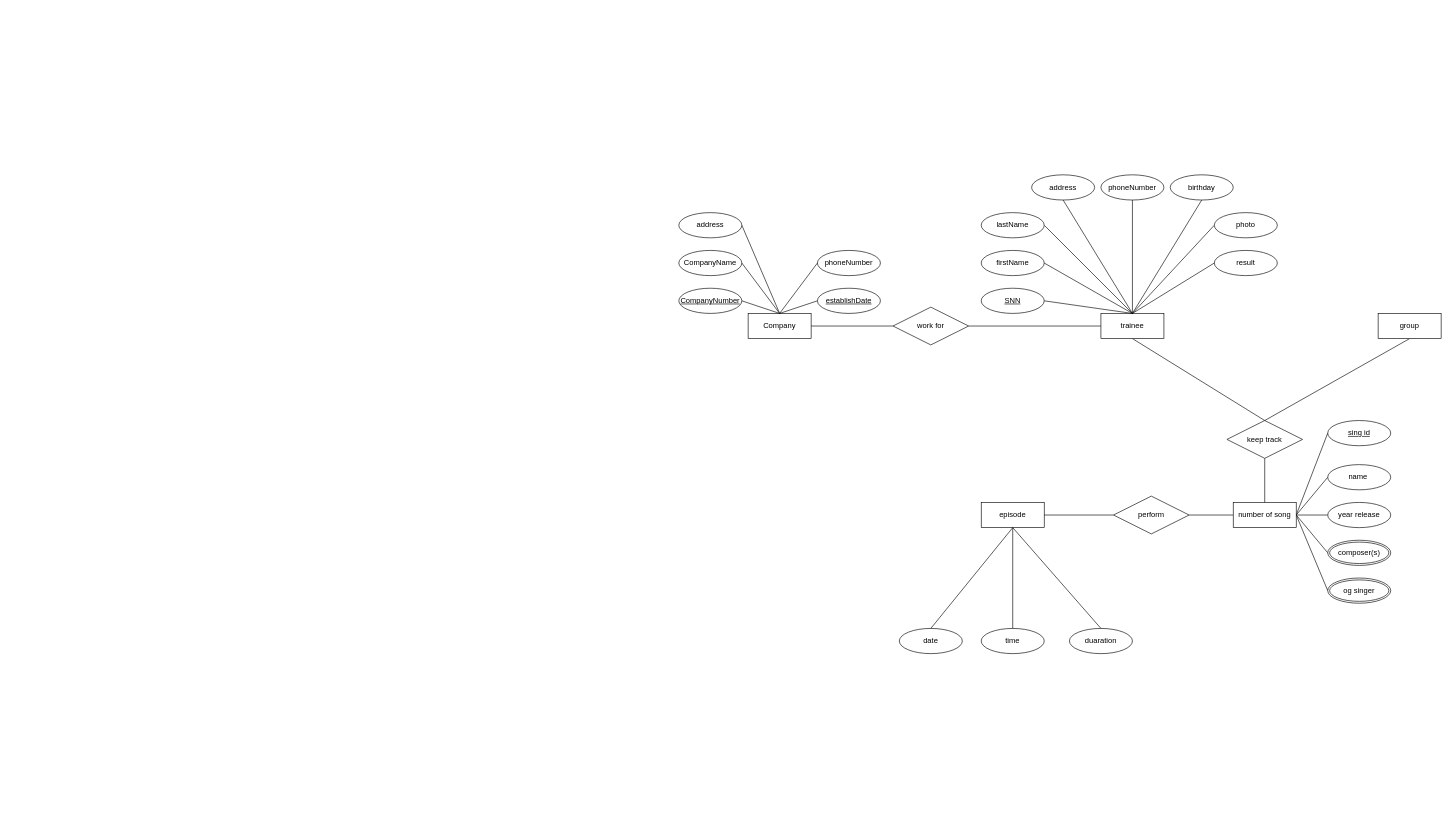
Before: Biểu đồ không có tiêu đề.drawio in sonqb2001567/First, a draw.io diagram. Source tidied: cells renumbered, new cells numbered last; positions are measured from the earlier drawing's top-left corner, leaving out a move shared by most shapes. Both pictures are drawn from the tidied source at 63%, with x=0, y=0 at pixel (679, 175).
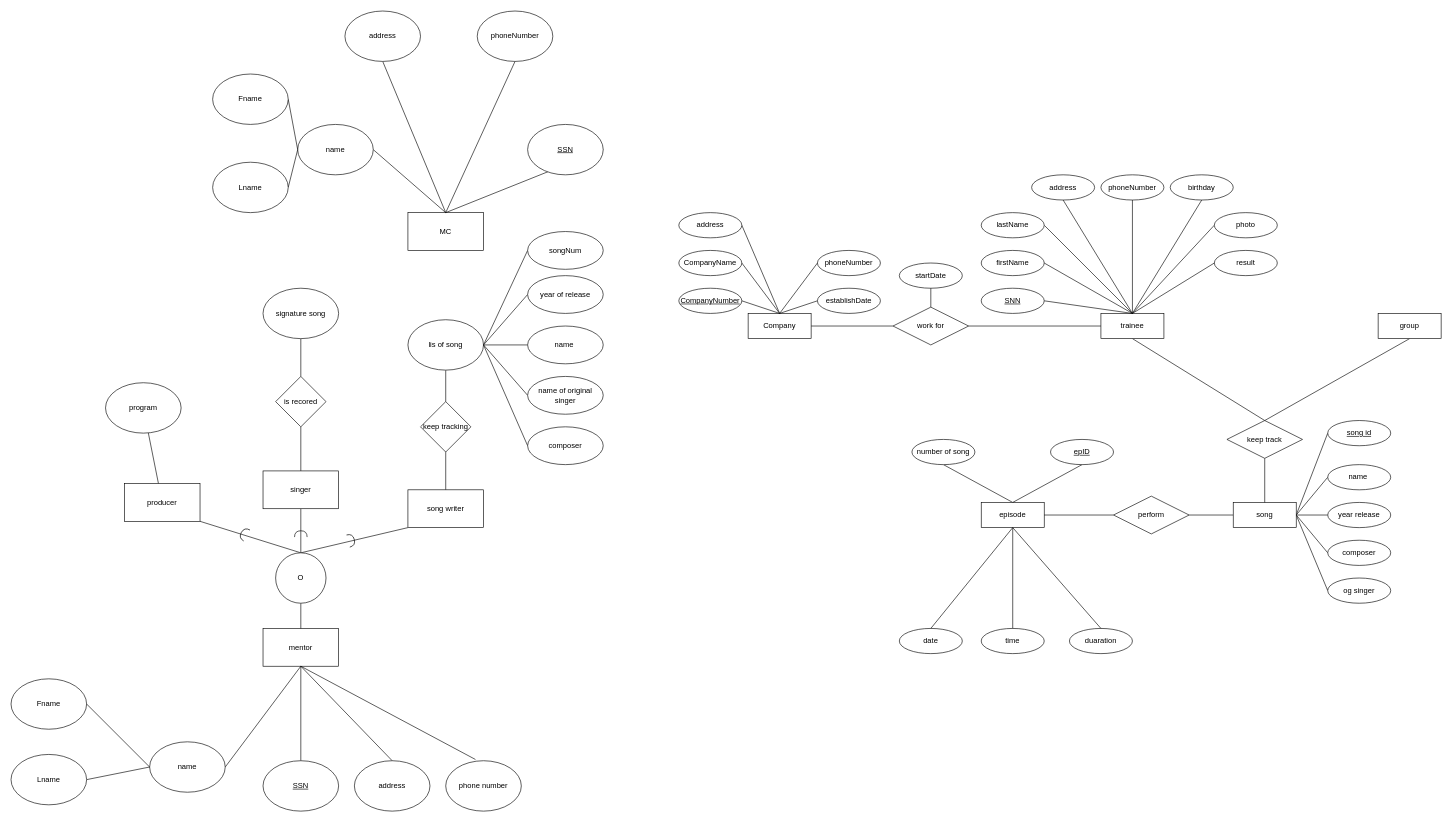
The same page after the edit.

Commit message (it also covers changes not shown here):
Cập nhật Biểu đồ không có tiêu đề.drawio

The change refers to these unchanged cells:
```xml
<mxCell id="2" value="episode" style="whiteSpace=wrap;html=1;align=center;" parent="1" vertex="1">
  <mxGeometry x="480" y="520" width="100" height="40" as="geometry" />
</mxCell>
<mxCell id="58" value="work for" style="shape=rhombus;perimeter=rhombusPerimeter;whiteSpace=wrap;html=1;align=center;" parent="1" vertex="1">
  <mxGeometry x="340" y="210" width="120" height="60" as="geometry" />
</mxCell>
```

The edit, as a diff of the source:
```diff
@@
+    <mxCell id="59" style="edgeStyle=none;rounded=0;jettySize=auto;html=1;exitX=0.5;exitY=0;exitDx=0;exitDy=0;entryX=0.5;entryY=1;entryDx=0;entryDy=0;endArrow=none;endFill=0;" parent="1" edge="1" source="2" target="119">
+      <mxGeometry relative="1" as="geometry" />
+    </mxCell>
@@
-    <mxCell id="12" style="edgeStyle=none;rounded=0;jettySize=auto;html=1;exitX=0;exitY=0.5;exitDx=0;exitDy=0;entryX=1;entryY=0.5;entryDx=0;entryDy=0;endArrow=none;endFill=0;" parent="1" edge="1" source="25" target="20">
+    <mxCell id="12" style="edgeStyle=none;rounded=0;jettySize=auto;html=1;exitX=0;exitY=0.5;exitDx=0;exitDy=0;entryX=1;entryY=0.5;entryDx=0;entryDy=0;endArrow=none;endFill=0;" parent="1" edge="1" source="122" target="20">
       <mxGeometry relative="1" as="geometry" />
     </mxCell>
-    <mxCell id="13" value="sing id" style="ellipse;whiteSpace=wrap;html=1;align=center;fontStyle=4;" parent="1" vertex="1">
+    <mxCell id="13" value="song id" style="ellipse;whiteSpace=wrap;html=1;align=center;fontStyle=4;" parent="1" vertex="1">
       <mxGeometry x="1030" y="390" width="100" height="40" as="geometry" />
     </mxCell>
@@
-    <mxCell id="20" value="number of song" style="whiteSpace=wrap;html=1;align=center;" parent="1" vertex="1">
+    <mxCell id="20" value="song" style="whiteSpace=wrap;html=1;align=center;" parent="1" vertex="1">
       <mxGeometry x="880" y="520" width="100" height="40" as="geometry" />
     </mxCell>
@@
-    <mxCell id="25" value="composer(s)" style="ellipse;shape=doubleEllipse;margin=3;whiteSpace=wrap;html=1;align=center;" parent="1" vertex="1">
-      <mxGeometry x="1030" y="580" width="100" height="40" as="geometry" />
-    </mxCell>
-    <mxCell id="26" value="og singer" style="ellipse;shape=doubleEllipse;margin=3;whiteSpace=wrap;html=1;align=center;" parent="1" vertex="1">
-      <mxGeometry x="1030" y="640" width="100" height="40" as="geometry" />
-    </mxCell>
@@
-    <mxCell id="55" value="&lt;u&gt;establishDate&lt;/u&gt;" style="ellipse;whiteSpace=wrap;html=1;align=center;" parent="1" vertex="1">
+    <mxCell id="55" value="establishDate" style="ellipse;whiteSpace=wrap;html=1;align=center;" parent="1" vertex="1">
       <mxGeometry x="220" y="180" width="100" height="40" as="geometry" />
     </mxCell>
@@
+    <mxCell id="60" style="edgeStyle=none;rounded=0;jettySize=auto;html=1;exitX=0.5;exitY=0;exitDx=0;exitDy=0;entryX=0.5;entryY=0;entryDx=0;entryDy=0;endArrow=none;endFill=0;" parent="1" edge="1" source="58" target="61">
+      <mxGeometry relative="1" as="geometry" />
+    </mxCell>
@@
+    <mxCell id="61" value="startDate" style="ellipse;whiteSpace=wrap;html=1;align=center;" parent="1" vertex="1">
+      <mxGeometry x="350" y="140" width="100" height="40" as="geometry" />
+    </mxCell>
+    <mxCell id="62" value="MC" style="rounded=0;whiteSpace=wrap;html=1;" parent="1" vertex="1">
+      <mxGeometry x="-430" y="60" width="120" height="60" as="geometry" />
+    </mxCell>
+    <mxCell id="63" style="edgeStyle=none;rounded=0;jettySize=auto;html=1;exitX=1;exitY=0.5;exitDx=0;exitDy=0;entryX=0.5;entryY=0;entryDx=0;entryDy=0;startArrow=none;startFill=0;endArrow=none;endFill=0;" parent="1" edge="1" source="64" target="62">
+      <mxGeometry relative="1" as="geometry" />
+    </mxCell>
+    <mxCell id="64" value="&lt;u&gt;SSN&lt;/u&gt;" style="ellipse;whiteSpace=wrap;html=1;" parent="1" vertex="1">
+      <mxGeometry x="-240" y="-80" width="120" height="80" as="geometry" />
+    </mxCell>
+    <mxCell id="65" style="edgeStyle=none;rounded=0;jettySize=auto;html=1;exitX=1;exitY=0.5;exitDx=0;exitDy=0;entryX=0.5;entryY=0;entryDx=0;entryDy=0;startArrow=none;startFill=0;endArrow=none;endFill=0;" parent="1" edge="1" source="66" target="62">
+      <mxGeometry relative="1" as="geometry" />
+    </mxCell>
+    <mxCell id="66" value="name" style="ellipse;whiteSpace=wrap;html=1;" parent="1" vertex="1">
+      <mxGeometry x="-605" y="-80" width="120" height="80" as="geometry" />
+    </mxCell>
+    <mxCell id="67" style="edgeStyle=none;rounded=0;jettySize=auto;html=1;exitX=1;exitY=0.5;exitDx=0;exitDy=0;entryX=0;entryY=0.5;entryDx=0;entryDy=0;startArrow=none;startFill=0;endArrow=none;endFill=0;" parent="1" edge="1" source="68" target="66">
+      <mxGeometry relative="1" as="geometry" />
+    </mxCell>
+    <mxCell id="68" value="Fname" style="ellipse;whiteSpace=wrap;html=1;" parent="1" vertex="1">
+      <mxGeometry x="-740" y="-160" width="120" height="80" as="geometry" />
+    </mxCell>
+    <mxCell id="69" style="edgeStyle=none;rounded=0;jettySize=auto;html=1;exitX=1;exitY=0.5;exitDx=0;exitDy=0;startArrow=none;startFill=0;endArrow=none;endFill=0;entryX=0;entryY=0.5;entryDx=0;entryDy=0;" parent="1" edge="1" source="70" target="66">
+      <mxGeometry relative="1" as="geometry" />
+    </mxCell>
+    <mxCell id="70" value="Lname" style="ellipse;whiteSpace=wrap;html=1;" parent="1" vertex="1">
+      <mxGeometry x="-740" y="-20" width="120" height="80" as="geometry" />
+    </mxCell>
+    <mxCell id="71" style="edgeStyle=none;rounded=0;jettySize=auto;html=1;exitX=0.5;exitY=1;exitDx=0;exitDy=0;startArrow=none;startFill=0;endArrow=none;endFill=0;entryX=0.5;entryY=0;entryDx=0;entryDy=0;" parent="1" edge="1" source="72" target="62">
+      <mxGeometry relative="1" as="geometry" />
+    </mxCell>
+    <mxCell id="72" value="address" style="ellipse;whiteSpace=wrap;html=1;" parent="1" vertex="1">
+      <mxGeometry x="-530" y="-260" width="120" height="80" as="geometry" />
+    </mxCell>
+    <mxCell id="73" style="edgeStyle=none;rounded=0;jettySize=auto;html=1;exitX=0.5;exitY=1;exitDx=0;exitDy=0;entryX=0.5;entryY=0;entryDx=0;entryDy=0;startArrow=none;startFill=0;endArrow=none;endFill=0;" parent="1" edge="1" source="118" target="62">
+      <mxGeometry relative="1" as="geometry" />
+    </mxCell>
+    <mxCell id="74" value="mentor" style="rounded=0;whiteSpace=wrap;html=1;" parent="1" vertex="1">
+      <mxGeometry x="-660" y="720" width="120" height="60" as="geometry" />
+    </mxCell>
+    <mxCell id="75" style="edgeStyle=none;rounded=0;jettySize=auto;html=1;exitX=0.5;exitY=0;exitDx=0;exitDy=0;entryX=0.5;entryY=1;entryDx=0;entryDy=0;startArrow=none;startFill=0;endArrow=none;endFill=0;" parent="1" edge="1" source="76" target="74">
+      <mxGeometry relative="1" as="geometry" />
+    </mxCell>
+    <mxCell id="76" value="&lt;u&gt;SSN&lt;/u&gt;" style="ellipse;whiteSpace=wrap;html=1;" parent="1" vertex="1">
+      <mxGeometry x="-660" y="930" width="120" height="80" as="geometry" />
+    </mxCell>
+    <mxCell id="77" style="edgeStyle=none;rounded=0;jettySize=auto;html=1;exitX=1;exitY=0.5;exitDx=0;exitDy=0;startArrow=none;startFill=0;endArrow=none;endFill=0;entryX=0.5;entryY=1;entryDx=0;entryDy=0;" parent="1" edge="1" source="78" target="74">
+      <mxGeometry relative="1" as="geometry" />
+    </mxCell>
+    <mxCell id="78" value="name" style="ellipse;whiteSpace=wrap;html=1;" parent="1" vertex="1">
+      <mxGeometry x="-840" y="900" width="120" height="80" as="geometry" />
+    </mxCell>
+    <mxCell id="79" style="edgeStyle=none;rounded=0;jettySize=auto;html=1;exitX=1;exitY=0.5;exitDx=0;exitDy=0;entryX=0;entryY=0.5;entryDx=0;entryDy=0;startArrow=none;startFill=0;endArrow=none;endFill=0;" parent="1" edge="1" source="80" target="78">
+      <mxGeometry relative="1" as="geometry" />
+    </mxCell>
+    <mxCell id="80" value="Fname" style="ellipse;whiteSpace=wrap;html=1;" parent="1" vertex="1">
+      <mxGeometry x="-1060" y="800" width="120" height="80" as="geometry" />
+    </mxCell>
+    <mxCell id="81" style="edgeStyle=none;rounded=0;jettySize=auto;html=1;exitX=1;exitY=0.5;exitDx=0;exitDy=0;startArrow=none;startFill=0;endArrow=none;endFill=0;entryX=0;entryY=0.5;entryDx=0;entryDy=0;" parent="1" edge="1" source="82" target="78">
+      <mxGeometry relative="1" as="geometry" />
+    </mxCell>
+    <mxCell id="82" value="Lname" style="ellipse;whiteSpace=wrap;html=1;" parent="1" vertex="1">
+      <mxGeometry x="-1060" y="920" width="120" height="80" as="geometry" />
+    </mxCell>
+    <mxCell id="83" style="edgeStyle=none;rounded=0;jettySize=auto;html=1;exitX=0.5;exitY=0;exitDx=0;exitDy=0;startArrow=none;startFill=0;endArrow=none;endFill=0;entryX=0.5;entryY=1;entryDx=0;entryDy=0;" parent="1" edge="1" source="84" target="74">
+      <mxGeometry relative="1" as="geometry" />
+    </mxCell>
+    <mxCell id="84" value="address" style="ellipse;whiteSpace=wrap;html=1;" parent="1" vertex="1">
+      <mxGeometry x="-515" y="930" width="120" height="80" as="geometry" />
+    </mxCell>
+    <mxCell id="85" style="edgeStyle=none;rounded=0;jettySize=auto;html=1;exitX=0.393;exitY=-0.025;exitDx=0;exitDy=0;entryX=0.5;entryY=1;entryDx=0;entryDy=0;startArrow=none;startFill=0;endArrow=none;endFill=0;exitPerimeter=0;" parent="1" edge="1" source="86" target="74">
+      <mxGeometry relative="1" as="geometry" />
+    </mxCell>
+    <mxCell id="86" value="phone number" style="ellipse;whiteSpace=wrap;html=1;" parent="1" vertex="1">
+      <mxGeometry x="-370" y="930" width="120" height="80" as="geometry" />
+    </mxCell>
+    <mxCell id="87" style="edgeStyle=none;rounded=0;jettySize=auto;html=1;exitX=1;exitY=1;exitDx=0;exitDy=0;entryX=0.5;entryY=0;entryDx=0;entryDy=0;startArrow=none;startFill=0;endArrow=none;endFill=0;" parent="1" edge="1" source="89">
+      <mxGeometry relative="1" as="geometry">
+        <mxPoint x="-600" y="600" as="targetPoint" />
+      </mxGeometry>
+    </mxCell>
+    <mxCell id="88" style="edgeStyle=none;rounded=0;jettySize=auto;html=1;startArrow=none;startFill=0;endArrow=none;endFill=0;" parent="1" edge="1" source="89" target="100">
+      <mxGeometry relative="1" as="geometry" />
+    </mxCell>
+    <mxCell id="89" value="producer" style="rounded=0;whiteSpace=wrap;html=1;" parent="1" vertex="1">
+      <mxGeometry x="-880" y="490" width="120" height="60" as="geometry" />
+    </mxCell>
+    <mxCell id="90" style="edgeStyle=none;rounded=0;jettySize=auto;html=1;exitX=0.5;exitY=1;exitDx=0;exitDy=0;startArrow=none;startFill=0;endArrow=none;endFill=0;entryX=0.5;entryY=0;entryDx=0;entryDy=0;" parent="1" edge="1" source="92">
+      <mxGeometry relative="1" as="geometry">
+        <mxPoint x="-600" y="600" as="targetPoint" />
+      </mxGeometry>
+    </mxCell>
+    <mxCell id="91" style="edgeStyle=none;rounded=0;jettySize=auto;html=1;startArrow=none;startFill=0;endArrow=none;endFill=0;" parent="1" edge="1" source="92" target="97">
+      <mxGeometry relative="1" as="geometry" />
+    </mxCell>
+    <mxCell id="92" value="singer" style="rounded=0;whiteSpace=wrap;html=1;" parent="1" vertex="1">
+      <mxGeometry x="-660" y="470" width="120" height="60" as="geometry" />
+    </mxCell>
+    <mxCell id="93" style="edgeStyle=none;rounded=0;jettySize=auto;html=1;exitX=0;exitY=1;exitDx=0;exitDy=0;entryX=0.5;entryY=0;entryDx=0;entryDy=0;startArrow=none;startFill=0;endArrow=none;endFill=0;" parent="1" edge="1" source="95">
+      <mxGeometry relative="1" as="geometry">
+        <mxPoint x="-600" y="600" as="targetPoint" />
+      </mxGeometry>
+    </mxCell>
+    <mxCell id="94" style="edgeStyle=none;rounded=0;jettySize=auto;html=1;startArrow=none;startFill=0;endArrow=none;endFill=0;" parent="1" edge="1" source="95" target="101">
+      <mxGeometry relative="1" as="geometry" />
+    </mxCell>
+    <mxCell id="95" value="song writer" style="rounded=0;whiteSpace=wrap;html=1;" parent="1" vertex="1">
+      <mxGeometry x="-430" y="500" width="120" height="60" as="geometry" />
+    </mxCell>
+    <mxCell id="96" style="edgeStyle=none;rounded=0;jettySize=auto;html=1;exitX=0.5;exitY=1;exitDx=0;exitDy=0;entryX=0.5;entryY=0;entryDx=0;entryDy=0;startArrow=none;startFill=0;endArrow=none;endFill=0;" parent="1" edge="1" target="74">
+      <mxGeometry relative="1" as="geometry">
+        <mxPoint x="-600" y="680" as="sourcePoint" />
+      </mxGeometry>
+    </mxCell>
+    <mxCell id="97" value="is recored" style="rhombus;whiteSpace=wrap;html=1;" parent="1" vertex="1">
+      <mxGeometry x="-640" y="320" width="80" height="80" as="geometry" />
+    </mxCell>
+    <mxCell id="98" style="edgeStyle=none;rounded=0;jettySize=auto;html=1;startArrow=none;startFill=0;endArrow=none;endFill=0;" parent="1" edge="1" source="99" target="97">
+      <mxGeometry relative="1" as="geometry" />
+    </mxCell>
+    <mxCell id="99" value="signature song" style="ellipse;whiteSpace=wrap;html=1;" parent="1" vertex="1">
+      <mxGeometry x="-660" y="180" width="120" height="80" as="geometry" />
+    </mxCell>
+    <mxCell id="100" value="program" style="ellipse;whiteSpace=wrap;html=1;" parent="1" vertex="1">
+      <mxGeometry x="-910" y="330" width="120" height="80" as="geometry" />
+    </mxCell>
+    <mxCell id="101" value="keep tracking" style="rhombus;whiteSpace=wrap;html=1;" parent="1" vertex="1">
+      <mxGeometry x="-410" y="360" width="80" height="80" as="geometry" />
+    </mxCell>
+    <mxCell id="102" style="edgeStyle=none;rounded=0;jettySize=auto;html=1;startArrow=none;startFill=0;endArrow=none;endFill=0;" parent="1" edge="1" source="105" target="101">
+      <mxGeometry relative="1" as="geometry" />
+    </mxCell>
+    <mxCell id="103" style="edgeStyle=none;rounded=0;jettySize=auto;html=1;startArrow=none;startFill=0;endArrow=none;endFill=0;" parent="1" edge="1" source="105" target="108">
+      <mxGeometry relative="1" as="geometry" />
+    </mxCell>
+    <mxCell id="104" style="edgeStyle=none;rounded=0;jettySize=auto;html=1;startArrow=none;startFill=0;endArrow=none;endFill=0;entryX=0;entryY=0.5;entryDx=0;entryDy=0;exitX=1;exitY=0.5;exitDx=0;exitDy=0;" parent="1" edge="1" source="105" target="109">
+      <mxGeometry relative="1" as="geometry" />
+    </mxCell>
+    <mxCell id="105" value="lis of song" style="ellipse;whiteSpace=wrap;html=1;" parent="1" vertex="1">
+      <mxGeometry x="-430" y="230" width="120" height="80" as="geometry" />
+    </mxCell>
+    <mxCell id="106" style="edgeStyle=none;rounded=0;jettySize=auto;html=1;exitX=0;exitY=0.5;exitDx=0;exitDy=0;entryX=1;entryY=0.5;entryDx=0;entryDy=0;endArrow=none;endFill=0;" parent="1" edge="1" source="107" target="105">
+      <mxGeometry relative="1" as="geometry" />
+    </mxCell>
+    <mxCell id="107" value="songNum" style="ellipse;whiteSpace=wrap;html=1;" parent="1" vertex="1">
+      <mxGeometry x="-240" y="90" width="120" height="60" as="geometry" />
+    </mxCell>
+    <mxCell id="108" value="name&amp;nbsp;" style="ellipse;whiteSpace=wrap;html=1;" parent="1" vertex="1">
+      <mxGeometry x="-240" y="240" width="120" height="60" as="geometry" />
+    </mxCell>
+    <mxCell id="109" value="year of release" style="ellipse;whiteSpace=wrap;html=1;" parent="1" vertex="1">
+      <mxGeometry x="-240" y="160" width="120" height="60" as="geometry" />
+    </mxCell>
+    <mxCell id="110" style="edgeStyle=none;rounded=0;jettySize=auto;html=1;exitX=0;exitY=0.5;exitDx=0;exitDy=0;endArrow=none;endFill=0;" parent="1" edge="1" source="111">
+      <mxGeometry relative="1" as="geometry">
+        <mxPoint x="-310" y="270" as="targetPoint" />
+      </mxGeometry>
+    </mxCell>
+    <mxCell id="111" value="name of original singer" style="ellipse;whiteSpace=wrap;html=1;" parent="1" vertex="1">
+      <mxGeometry x="-240" y="320" width="120" height="60" as="geometry" />
+    </mxCell>
+    <mxCell id="112" style="edgeStyle=none;rounded=0;jettySize=auto;html=1;exitX=0;exitY=0.5;exitDx=0;exitDy=0;entryX=1;entryY=0.5;entryDx=0;entryDy=0;endArrow=none;endFill=0;" parent="1" edge="1" source="113" target="105">
+      <mxGeometry relative="1" as="geometry" />
+    </mxCell>
+    <mxCell id="113" value="composer" style="ellipse;whiteSpace=wrap;html=1;" parent="1" vertex="1">
+      <mxGeometry x="-240" y="400" width="120" height="60" as="geometry" />
+    </mxCell>
+    <mxCell id="114" value="O" style="ellipse;whiteSpace=wrap;html=1;" parent="1" vertex="1">
+      <mxGeometry x="-640" y="600" width="80" height="80" as="geometry" />
+    </mxCell>
+    <mxCell id="115" style="shape=requiredInterface;html=1;verticalLabelPosition=bottom;sketch=0;rotation=-150;" parent="1" vertex="1">
+      <mxGeometry x="-695" y="560" width="10" height="20" as="geometry" />
+    </mxCell>
+    <mxCell id="116" style="shape=requiredInterface;html=1;verticalLabelPosition=bottom;sketch=0;rotation=-90;" parent="1" vertex="1">
+      <mxGeometry x="-605" y="560" width="10" height="20" as="geometry" />
+    </mxCell>
+    <mxCell id="117" style="shape=requiredInterface;html=1;verticalLabelPosition=bottom;sketch=0;rotation=-15;" parent="1" vertex="1">
+      <mxGeometry x="-525" y="570" width="10" height="20" as="geometry" />
+    </mxCell>
+    <mxCell id="118" value="phoneNumber" style="ellipse;whiteSpace=wrap;html=1;" parent="1" vertex="1">
+      <mxGeometry x="-320" y="-260" width="120" height="80" as="geometry" />
+    </mxCell>
+    <mxCell id="119" value="number of song" style="ellipse;whiteSpace=wrap;html=1;align=center;" parent="1" vertex="1">
+      <mxGeometry x="370" y="420" width="100" height="40" as="geometry" />
+    </mxCell>
+    <mxCell id="120" style="edgeStyle=none;rounded=0;jettySize=auto;html=1;exitX=0.5;exitY=1;exitDx=0;exitDy=0;entryX=0.5;entryY=0;entryDx=0;entryDy=0;endArrow=none;endFill=0;" parent="1" edge="1" source="121" target="2">
+      <mxGeometry relative="1" as="geometry" />
+    </mxCell>
+    <mxCell id="121" value="&lt;u&gt;epID&lt;/u&gt;" style="ellipse;whiteSpace=wrap;html=1;align=center;" parent="1" vertex="1">
+      <mxGeometry x="590" y="420" width="100" height="40" as="geometry" />
+    </mxCell>
+    <mxCell id="122" value="composer" style="ellipse;whiteSpace=wrap;html=1;align=center;" parent="1" vertex="1">
+      <mxGeometry x="1030" y="580" width="100" height="40" as="geometry" />
+    </mxCell>
+    <mxCell id="26" value="og singer" style="ellipse;whiteSpace=wrap;html=1;align=center;" parent="1" vertex="1">
+      <mxGeometry x="1030" y="640" width="100" height="40" as="geometry" />
+    </mxCell>
```
